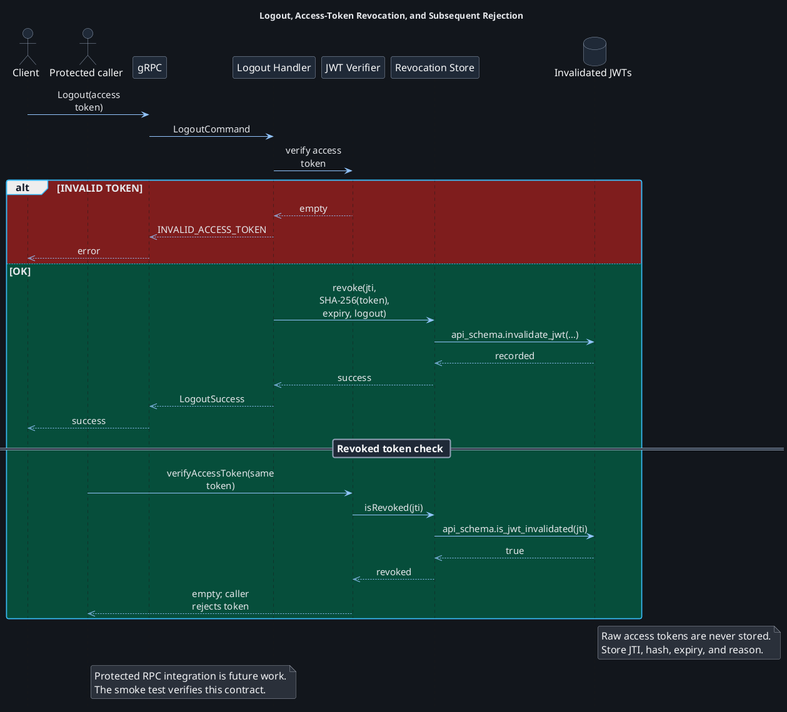
This is design/authentication/LogoutRevocation.png from OODesigns/central-auth-service, a PlantUML export, as it was before one commit.
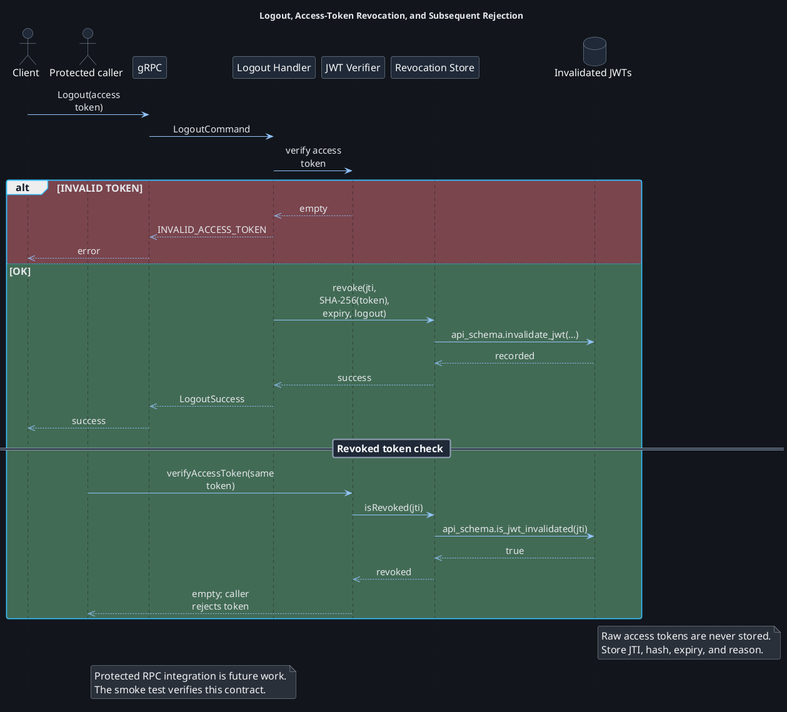
The same file after the commit.

What changed in the source:
```diff
@@ -14,11 +14,11 @@
 Client -> Grpc: Logout(access token)
 Grpc -> Handler: LogoutCommand
 Handler -> Verifier: verify access token
-alt #7f1d1d INVALID TOKEN
+alt #7a454d INVALID TOKEN
   Verifier -->> Handler: empty
   Handler -->> Grpc: INVALID_ACCESS_TOKEN
   Grpc -->> Client: error
-else #064e3b OK
+else #426b55 OK
   Handler -> Store: revoke(jti, SHA-256(token), expiry, logout)
   Store -> Db: api_schema.invalidate_jwt(...)
   Db -->> Store: recorded
```
